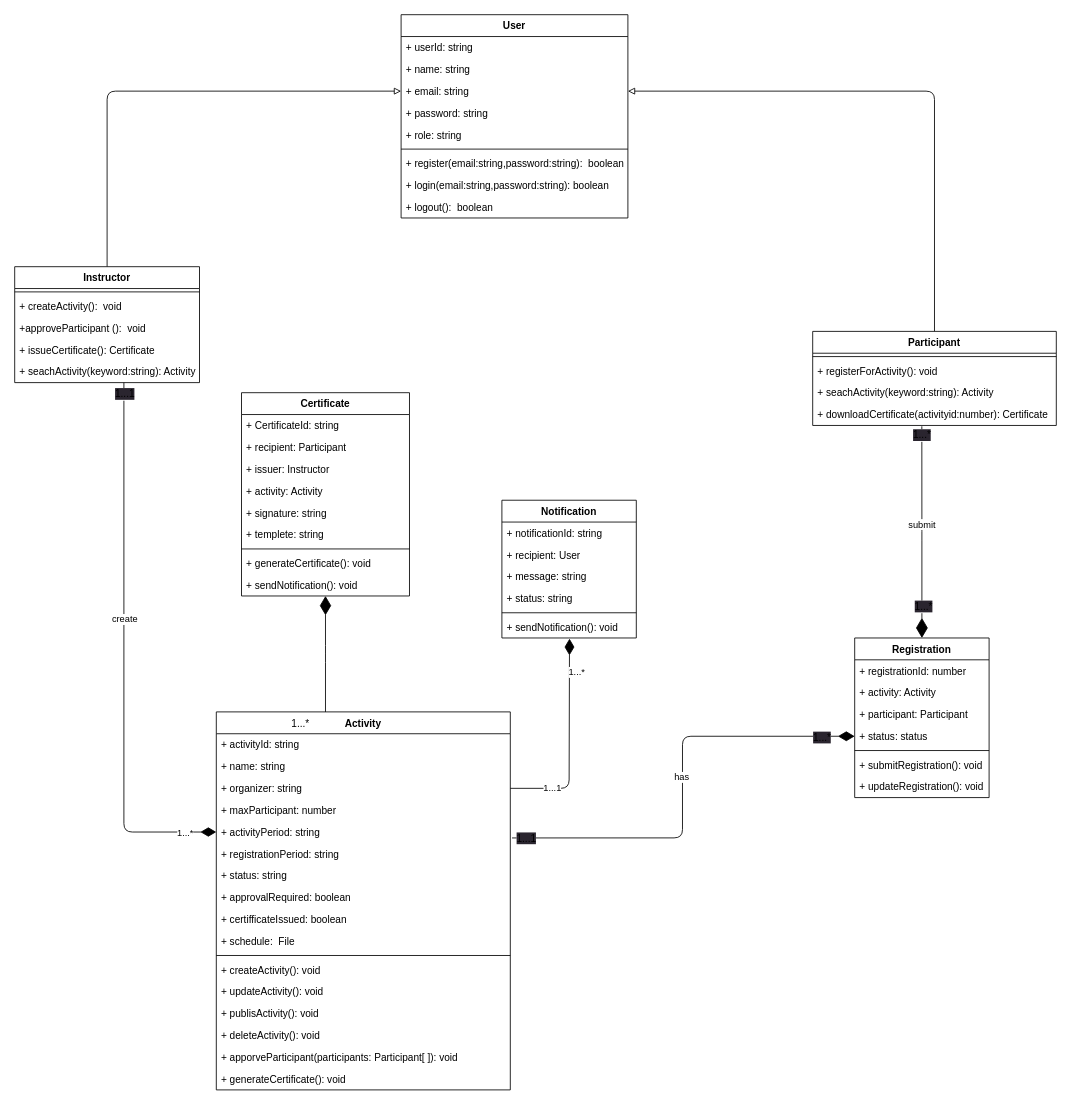
This is drawio/classDiagram.drawio from BoonruksaBL036/classdiagram, a draw.io file, before an edit. Source tidied: cells renumbered, new cells numbered last; positions are measured from the earlier drawing's top-left corner, leaving out a move shared by most shapes. Both pictures are drawn from the tidied source at 84%, with x=0, y=0 at pixel (14, 14).
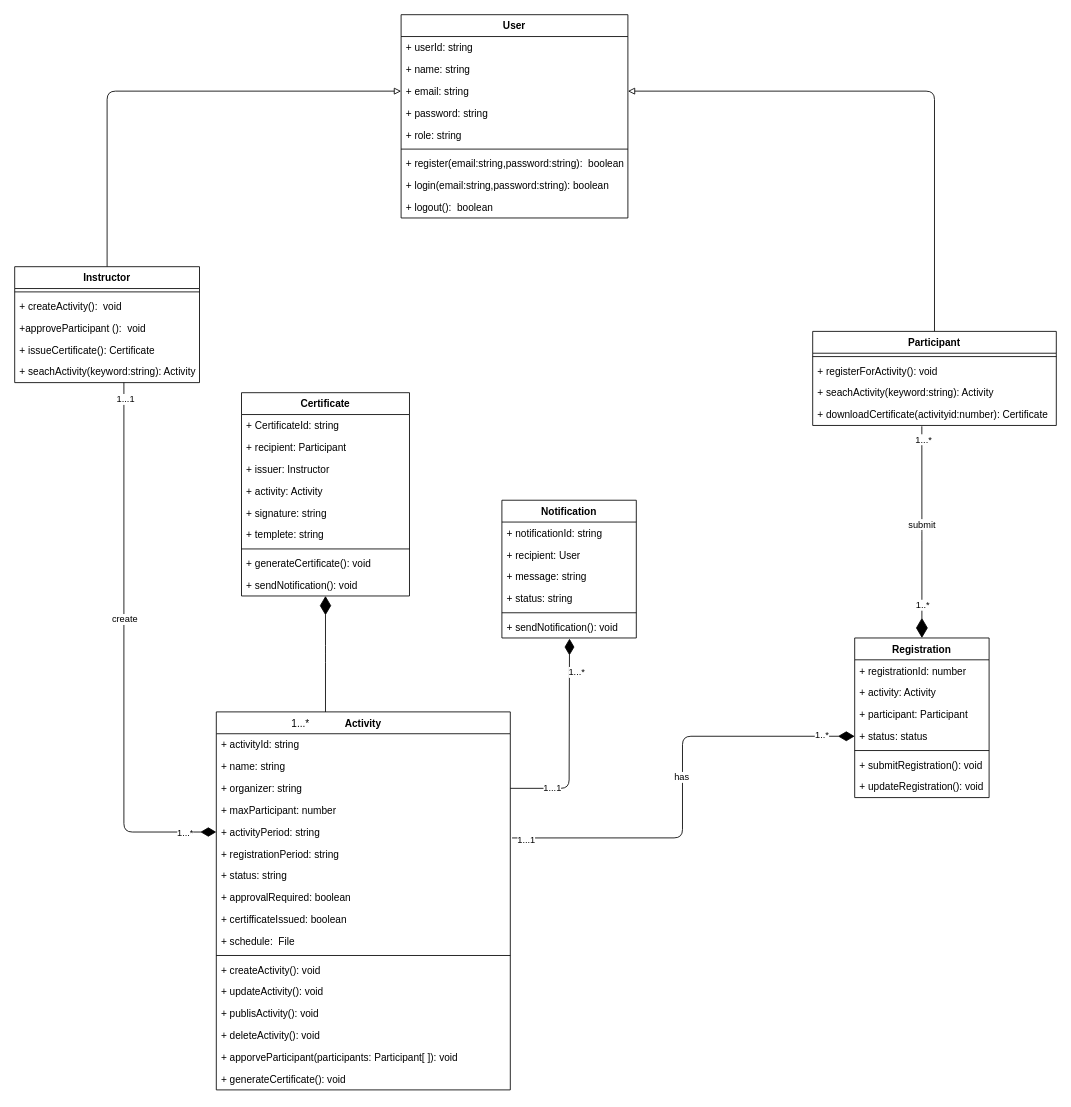
The same diagram, later.

The change refers to these unchanged cells:
```xml
<mxCell id="19" style="edgeStyle=orthogonalEdgeStyle;html=1;endArrow=diamondThin;endFill=1;startArrow=none;startFill=0;entryX=0;entryY=0.5;entryDx=0;entryDy=0;strokeWidth=1;jumpSize=6;startSize=6;endSize=16;" parent="1" edge="1" source="24" target="40">
  <mxGeometry relative="1" as="geometry">
    <Array as="points">
      <mxPoint x="130" y="973" />
    </Array>
  </mxGeometry>
</mxCell>
<mxCell id="30" style="edgeStyle=orthogonalEdgeStyle;html=1;startArrow=none;startFill=0;endArrow=diamondThin;endFill=1;exitX=1.006;exitY=0.771;exitDx=0;exitDy=0;exitPerimeter=0;startSize=6;endSize=17;entryX=0;entryY=0.5;entryDx=0;entryDy=0;" parent="1" edge="1" source="40" target="62">
  <mxGeometry relative="1" as="geometry" />
</mxCell>
<mxCell id="54" style="edgeStyle=orthogonalEdgeStyle;jumpSize=6;html=1;strokeWidth=1;startArrow=diamondThin;startFill=1;endArrow=none;endFill=0;startSize=21;endSize=6;entryX=0.448;entryY=1.038;entryDx=0;entryDy=0;entryPerimeter=0;" parent="1" edge="1" source="58" target="17">
  <mxGeometry relative="1" as="geometry" />
</mxCell>
```

Diff of the diagram source:
```diff
@@
-    <mxCell id="21" value="&lt;span style=&quot;font-size: 12px; background-color: rgb(42, 37, 47);&quot;&gt;1...1&lt;/span&gt;" style="edgeLabel;html=1;align=center;verticalAlign=middle;" parent="19" vertex="1">
-      <mxGeometry x="-0.96" relative="1" as="geometry" />
-    </mxCell>
@@
+    <mxCell id="86" value="1...1" style="edgeLabel;html=1;align=center;verticalAlign=middle;" parent="19" vertex="1">
+      <mxGeometry x="-0.94" y="1" relative="1" as="geometry" />
+    </mxCell>
@@
-    <mxCell id="32" value="&lt;span style=&quot;font-size: 12px; background-color: rgb(42, 37, 47);&quot;&gt;1...*&lt;/span&gt;" style="edgeLabel;html=1;align=center;verticalAlign=middle;" parent="30" vertex="1">
-      <mxGeometry x="0.89" y="-1" relative="1" as="geometry">
-        <mxPoint x="-11" as="offset" />
-      </mxGeometry>
-    </mxCell>
-    <mxCell id="33" value="&lt;span style=&quot;font-size: 12px; background-color: rgb(42, 37, 47);&quot;&gt;1...1&lt;/span&gt;" style="edgeLabel;html=1;align=center;verticalAlign=middle;" parent="30" vertex="1">
-      <mxGeometry x="-0.94" relative="1" as="geometry" />
-    </mxCell>
+    <mxCell id="87" value="1...1" style="edgeLabel;html=1;align=center;verticalAlign=middle;" parent="30" vertex="1">
+      <mxGeometry x="-0.94" y="-2" relative="1" as="geometry" />
+    </mxCell>
+    <mxCell id="88" value="1..*" style="edgeLabel;html=1;align=center;verticalAlign=middle;" parent="30" vertex="1">
+      <mxGeometry x="0.85" y="2" relative="1" as="geometry" />
+    </mxCell>
@@
-    <mxCell id="56" value="&lt;span style=&quot;font-size: 12px; background-color: rgb(42, 37, 47);&quot;&gt;1...*&lt;/span&gt;" style="edgeLabel;html=1;align=center;verticalAlign=middle;" parent="54" vertex="1">
-      <mxGeometry x="0.92" y="1" relative="1" as="geometry">
-        <mxPoint x="1" as="offset" />
-      </mxGeometry>
-    </mxCell>
-    <mxCell id="57" value="&lt;span style=&quot;font-size: 12px; background-color: rgb(42, 37, 47);&quot;&gt;1...*&lt;/span&gt;" style="edgeLabel;html=1;align=center;verticalAlign=middle;" parent="54" vertex="1">
-      <mxGeometry x="-0.7" y="-1" relative="1" as="geometry" />
-    </mxCell>
+    <mxCell id="89" value="1..*" style="edgeLabel;html=1;align=center;verticalAlign=middle;" parent="54" vertex="1">
+      <mxGeometry x="-0.68" relative="1" as="geometry" />
+    </mxCell>
+    <mxCell id="90" value="1...*" style="edgeLabel;html=1;align=center;verticalAlign=middle;" parent="54" vertex="1">
+      <mxGeometry x="0.89" y="-2" relative="1" as="geometry">
+        <mxPoint y="1" as="offset" />
+      </mxGeometry>
+    </mxCell>
```
